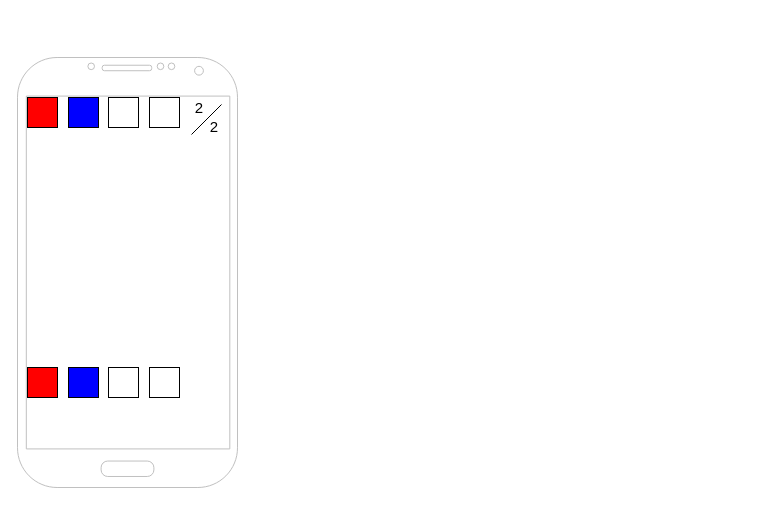
Above: docs/work/wireframe.drawio in JonahRodriguez281/codebreaker-android (draw.io), before the change. Source tidied: cells renumbered, new cells numbered last; positions are measured from the earlier drawing's top-left corner, leaving out a move shared by most shapes. Both pictures are drawn from the tidied source at 100%, with x=0, y=0 at pixel (17, 57).
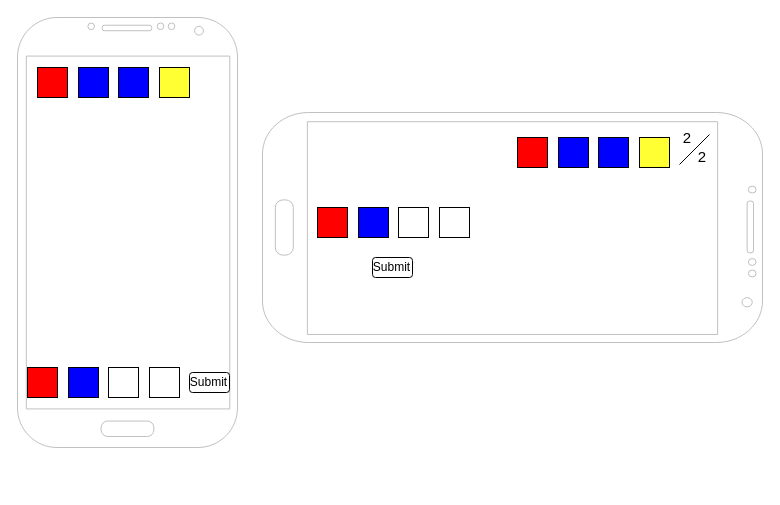
The same diagram, later.

Diff of the diagram source:
```diff
@@
+    <mxCell id="14" style="group;" parent="1" vertex="1">
+      <mxGeometry x="20" y="10" width="152" height="30" as="geometry" />
+    </mxCell>
+    <mxCell id="7" style="rounded=0;whiteSpace=wrap;html=1;fillColor=#FFFF33;" parent="14" vertex="1">
+      <mxGeometry x="122" width="30" height="30" as="geometry" />
+    </mxCell>
+    <mxCell id="8" style="rounded=0;whiteSpace=wrap;html=1;fillColor=#0000FF;" parent="14" vertex="1">
+      <mxGeometry x="41" width="30" height="30" as="geometry" />
+    </mxCell>
+    <mxCell id="9" style="rounded=0;whiteSpace=wrap;html=1;fillColor=#0000FF;" parent="14" vertex="1">
+      <mxGeometry x="81" width="30" height="30" as="geometry" />
+    </mxCell>
+    <mxCell id="10" style="rounded=0;whiteSpace=wrap;html=1;fillColor=#FF0000;" parent="14" vertex="1">
+      <mxGeometry width="30" height="30" as="geometry" />
+    </mxCell>
+    <mxCell id="15" style="group;" parent="1" vertex="1">
+      <mxGeometry x="500" y="80" width="152" height="30" as="geometry" />
+    </mxCell>
+    <mxCell id="16" style="rounded=0;whiteSpace=wrap;html=1;fillColor=#FFFF33;" parent="15" vertex="1">
+      <mxGeometry x="122" width="30" height="30" as="geometry" />
+    </mxCell>
+    <mxCell id="17" style="rounded=0;whiteSpace=wrap;html=1;fillColor=#0000FF;" parent="15" vertex="1">
+      <mxGeometry x="41" width="30" height="30" as="geometry" />
+    </mxCell>
+    <mxCell id="18" style="rounded=0;whiteSpace=wrap;html=1;fillColor=#0000FF;" parent="15" vertex="1">
+      <mxGeometry x="81" width="30" height="30" as="geometry" />
+    </mxCell>
+    <mxCell id="19" style="rounded=0;whiteSpace=wrap;html=1;fillColor=#FF0000;" parent="15" vertex="1">
+      <mxGeometry width="30" height="30" as="geometry" />
+    </mxCell>
+    <mxCell id="20" style="verticalLabelPosition=bottom;verticalAlign=top;html=1;shadow=0;dashed=0;strokeWidth=1;shape=mxgraph.android.phone2;strokeColor=#c0c0c0;fillColor=#FFFFFF;rotation=90;" parent="1" vertex="1">
+      <mxGeometry x="380" y="-80" width="230" height="500" as="geometry" />
+    </mxCell>
+    <mxCell id="21" style="group;" parent="1" vertex="1">
+      <mxGeometry x="172" y="10" width="55" height="380" as="geometry" />
+    </mxCell>
-    <mxCell id="2" style="verticalLabelPosition=bottom;verticalAlign=top;html=1;shadow=0;dashed=0;strokeWidth=1;shape=mxgraph.android.phone2;strokeColor=#c0c0c0;" parent="1" vertex="1">
-      <mxGeometry width="220" height="430" as="geometry" />
+    <mxCell id="2" style="verticalLabelPosition=bottom;verticalAlign=top;html=1;shadow=0;dashed=0;strokeWidth=1;shape=mxgraph.android.phone2;strokeColor=#c0c0c0;" parent="21" vertex="1">
+      <mxGeometry x="-172" y="-50" width="220" height="430" as="geometry" />
     </mxCell>
+    <mxCell id="22" style="group;" parent="21" vertex="1">
+      <mxGeometry x="478" y="60" width="55" height="39" as="geometry" />
+    </mxCell>
+    <mxCell id="11" value="2" style="text;html=1;strokeColor=none;fillColor=none;align=center;verticalAlign=middle;whiteSpace=wrap;rounded=0;fontSize=15;" parent="22" vertex="1">
+      <mxGeometry width="40" height="20" as="geometry" />
+    </mxCell>
+    <mxCell id="12" style="endArrow=none;html=1;" parent="22" edge="1">
+      <mxGeometry relative="1" as="geometry">
+        <mxPoint x="12" y="37" as="sourcePoint" />
+        <mxPoint x="42" y="7" as="targetPoint" />
+      </mxGeometry>
+    </mxCell>
+    <mxCell id="13" value="2" style="text;html=1;strokeColor=none;fillColor=none;align=center;verticalAlign=middle;whiteSpace=wrap;rounded=0;fontSize=15;" parent="22" vertex="1">
+      <mxGeometry x="15" y="19" width="40" height="20" as="geometry" />
+    </mxCell>
+    <mxCell id="23" style="group;" parent="21" vertex="1">
+      <mxGeometry y="305" width="40" height="20" as="geometry" />
+    </mxCell>
+    <mxCell id="24" style="group;" parent="23" vertex="1">
+      <mxGeometry width="40" height="20" as="geometry" />
+    </mxCell>
+    <mxCell id="25" style="rounded=1;whiteSpace=wrap;html=1;" parent="24" vertex="1">
+      <mxGeometry width="40" height="20" as="geometry" />
+    </mxCell>
+    <mxCell id="26" value="Submit" style="text;html=1;strokeColor=none;fillColor=none;align=center;verticalAlign=middle;whiteSpace=wrap;rounded=0;" parent="24" vertex="1">
+      <mxGeometry x="13.3" y="6.7" width="13.3" height="6.7" as="geometry" />
+    </mxCell>
+    <mxCell id="27" style="group;" parent="1" vertex="1">
+      <mxGeometry x="300" y="140" width="200" height="30" as="geometry" />
+    </mxCell>
+    <mxCell id="28" style="group;" parent="27" vertex="1">
+      <mxGeometry y="10" width="200" height="30" as="geometry" />
+    </mxCell>
+    <mxCell id="29" style="group;" parent="28" vertex="1">
+      <mxGeometry x="55" y="50" width="40" height="20" as="geometry" />
+    </mxCell>
+    <mxCell id="30" style="group;" parent="29" vertex="1">
+      <mxGeometry width="40" height="20" as="geometry" />
+    </mxCell>
+    <mxCell id="31" style="rounded=1;whiteSpace=wrap;html=1;" parent="30" vertex="1">
+      <mxGeometry width="40" height="20" as="geometry" />
+    </mxCell>
+    <mxCell id="32" value="Submit" style="text;html=1;strokeColor=none;fillColor=none;align=center;verticalAlign=middle;whiteSpace=wrap;rounded=0;" parent="30" vertex="1">
+      <mxGeometry x="13.3" y="6.7" width="13.3" height="6.7" as="geometry" />
+    </mxCell>
+    <mxCell id="33" style="rounded=0;whiteSpace=wrap;html=1;" parent="28" vertex="1">
+      <mxGeometry x="122" width="30" height="30" as="geometry" />
+    </mxCell>
+    <mxCell id="34" style="rounded=0;whiteSpace=wrap;html=1;fillColor=#0000FF;" parent="28" vertex="1">
+      <mxGeometry x="41" width="30" height="30" as="geometry" />
+    </mxCell>
+    <mxCell id="35" style="rounded=0;whiteSpace=wrap;html=1;" parent="28" vertex="1">
+      <mxGeometry x="81" width="30" height="30" as="geometry" />
+    </mxCell>
+    <mxCell id="36" style="rounded=0;whiteSpace=wrap;html=1;fillColor=#FF0000;" parent="28" vertex="1">
+      <mxGeometry width="30" height="30" as="geometry" />
+    </mxCell>
@@
-    <mxCell id="7" style="rounded=0;whiteSpace=wrap;html=1;" parent="1" vertex="1">
-      <mxGeometry x="132" y="40" width="30" height="30" as="geometry" />
-    </mxCell>
-    <mxCell id="8" style="rounded=0;whiteSpace=wrap;html=1;fillColor=#0000FF;" parent="1" vertex="1">
-      <mxGeometry x="51" y="40" width="30" height="30" as="geometry" />
-    </mxCell>
-    <mxCell id="9" style="rounded=0;whiteSpace=wrap;html=1;" parent="1" vertex="1">
-      <mxGeometry x="91" y="40" width="30" height="30" as="geometry" />
-    </mxCell>
-    <mxCell id="10" style="rounded=0;whiteSpace=wrap;html=1;fillColor=#FF0000;" parent="1" vertex="1">
-      <mxGeometry x="10" y="40" width="30" height="30" as="geometry" />
-    </mxCell>
-    <mxCell id="11" value="2" style="text;html=1;strokeColor=none;fillColor=none;align=center;verticalAlign=middle;whiteSpace=wrap;rounded=0;fontSize=15;" parent="1" vertex="1">
-      <mxGeometry x="162" y="40" width="40" height="20" as="geometry" />
-    </mxCell>
-    <mxCell id="12" style="endArrow=none;html=1;" parent="1" edge="1">
-      <mxGeometry relative="1" as="geometry">
-        <mxPoint x="174" y="77" as="sourcePoint" />
-        <mxPoint x="204" y="47" as="targetPoint" />
-      </mxGeometry>
-    </mxCell>
-    <mxCell id="13" value="2" style="text;html=1;strokeColor=none;fillColor=none;align=center;verticalAlign=middle;whiteSpace=wrap;rounded=0;fontSize=15;" parent="1" vertex="1">
-      <mxGeometry x="177" y="59" width="40" height="20" as="geometry" />
-    </mxCell>
```
